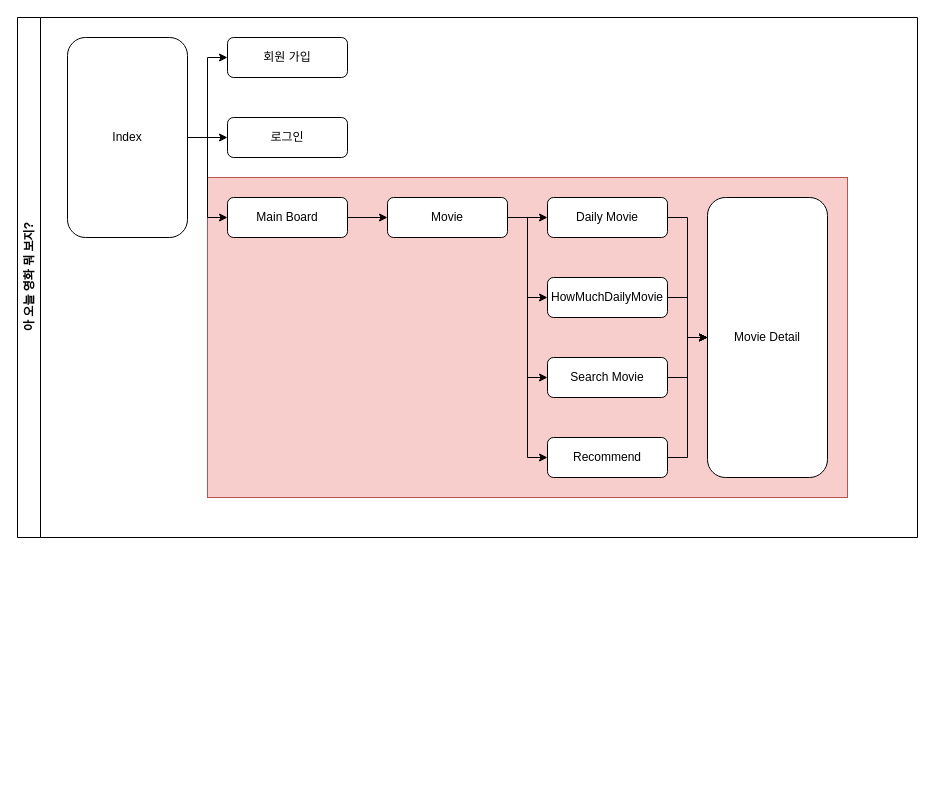
Earlier version of the draw.io diagram 기타/웹 사이트 구조 다이어그램/웹 사이트 구조 다이어그램.drawio (909ma/VIE-Oh-What-is-The-Film-Today). Source tidied: cells renumbered, new cells numbered last; positions are measured from the earlier drawing's top-left corner, leaving out a move shared by most shapes. Both pictures are drawn from the tidied source at 100%, with x=0, y=0 at pixel (17, 17).
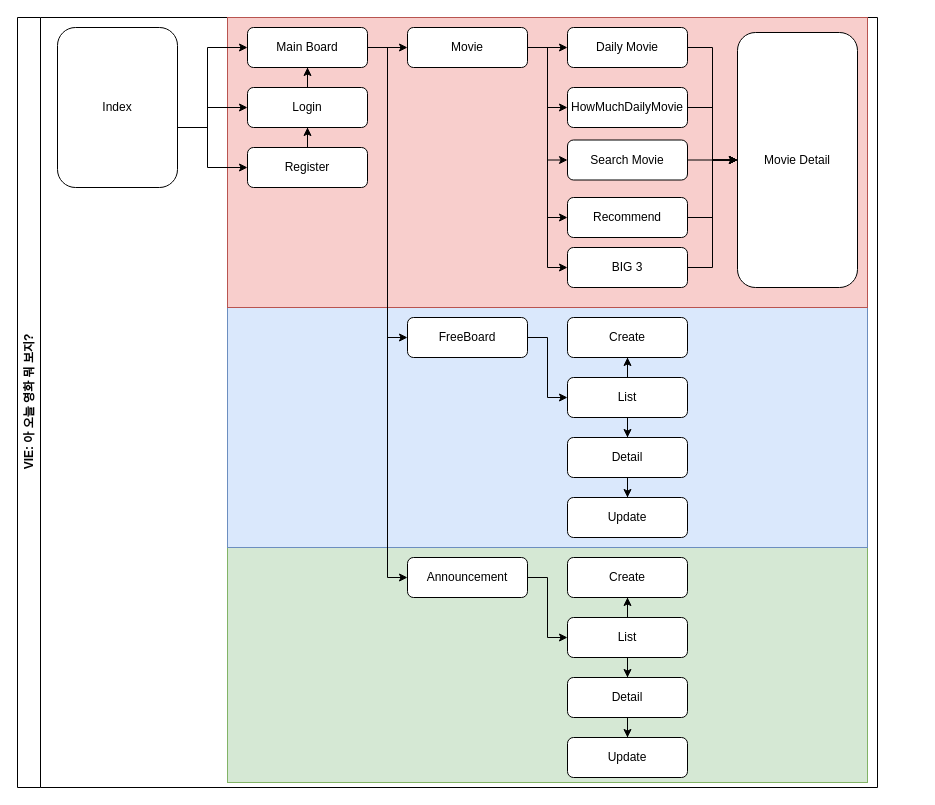
The same diagram, later.

Commit message (it also covers changes not shown here):
윕 구조 다이어그램

What changed in the source:
```diff
@@
-    <mxCell id="2" value="아 오늘 영화 뭐 보지?" style="swimlane;horizontal=0;whiteSpace=wrap;html=1;glass=0;swimlaneLine=1;rounded=0;shadow=0;" parent="1" vertex="1">
-      <mxGeometry width="900" height="520" as="geometry" />
+    <mxCell id="2" value="VIE: 아 오늘 영화 뭐 보지?" style="swimlane;horizontal=0;whiteSpace=wrap;html=1;glass=0;swimlaneLine=1;rounded=0;shadow=0;" parent="1" vertex="1">
+      <mxGeometry width="860" height="770" as="geometry" />
     </mxCell>
+    <mxCell id="26" style="rounded=0;whiteSpace=wrap;html=1;fillColor=#d5e8d4;strokeColor=#82b366;" parent="2" vertex="1">
+      <mxGeometry x="210" y="530" width="640" height="235" as="geometry" />
+    </mxCell>
+    <mxCell id="27" style="rounded=0;whiteSpace=wrap;html=1;fillColor=#dae8fc;strokeColor=#6c8ebf;" parent="2" vertex="1">
+      <mxGeometry x="210" y="285" width="640" height="245" as="geometry" />
+    </mxCell>
     <mxCell id="3" style="rounded=0;whiteSpace=wrap;html=1;fillColor=#f8cecc;strokeColor=#b85450;" parent="2" vertex="1">
-      <mxGeometry x="190" y="160" width="640" height="320" as="geometry" />
+      <mxGeometry x="210" width="640" height="290" as="geometry" />
     </mxCell>
-    <mxCell id="4" style="edgeStyle=orthogonalEdgeStyle;rounded=0;jettySize=auto;html=1;exitX=1;exitY=0.5;exitDx=0;exitDy=0;entryX=0;entryY=0.5;entryDx=0;entryDy=0;" parent="2" edge="1" source="7" target="8">
-      <mxGeometry relative="1" as="geometry" />
+    <mxCell id="4" style="edgeStyle=orthogonalEdgeStyle;rounded=0;jettySize=auto;html=1;exitX=1;exitY=0.5;exitDx=0;exitDy=0;entryX=0;entryY=0.5;entryDx=0;entryDy=0;" parent="2" edge="1" target="8">
+      <mxGeometry relative="1" as="geometry">
+        <mxPoint x="160" y="70" as="sourcePoint" />
+        <Array as="points">
+          <mxPoint x="160" y="110" />
+          <mxPoint x="190" y="110" />
+          <mxPoint x="190" y="150" />
+        </Array>
+      </mxGeometry>
     </mxCell>
-    <mxCell id="5" style="edgeStyle=orthogonalEdgeStyle;rounded=0;jettySize=auto;html=1;exitX=1;exitY=0.5;exitDx=0;exitDy=0;entryX=0;entryY=0.5;entryDx=0;entryDy=0;" parent="2" edge="1" source="7" target="9">
-      <mxGeometry relative="1" as="geometry" />
+    <mxCell id="5" style="edgeStyle=orthogonalEdgeStyle;rounded=0;jettySize=auto;html=1;exitX=1;exitY=0.5;exitDx=0;exitDy=0;entryX=0;entryY=0.5;entryDx=0;entryDy=0;" parent="2" edge="1" target="9">
+      <mxGeometry relative="1" as="geometry">
+        <mxPoint x="160" y="70" as="sourcePoint" />
+        <Array as="points">
+          <mxPoint x="160" y="110" />
+          <mxPoint x="190" y="110" />
+          <mxPoint x="190" y="90" />
+        </Array>
+      </mxGeometry>
     </mxCell>
     <mxCell id="6" style="edgeStyle=orthogonalEdgeStyle;rounded=0;jettySize=auto;html=1;exitX=1;exitY=0.5;exitDx=0;exitDy=0;entryX=0;entryY=0.5;entryDx=0;entryDy=0;" parent="2" edge="1" source="7" target="11">
-      <mxGeometry relative="1" as="geometry" />
+      <mxGeometry relative="1" as="geometry">
+        <Array as="points">
+          <mxPoint x="190" y="110" />
+          <mxPoint x="190" y="30" />
+        </Array>
+      </mxGeometry>
     </mxCell>
     <mxCell id="7" value="Index" style="rounded=1;whiteSpace=wrap;html=1;" parent="2" vertex="1">
-      <mxGeometry x="50" y="20" width="120" height="200" as="geometry" />
+      <mxGeometry x="40" y="10" width="120" height="160" as="geometry" />
     </mxCell>
+    <mxCell id="28" style="edgeStyle=orthogonalEdgeStyle;rounded=0;jettySize=auto;html=1;entryX=0.5;entryY=1;entryDx=0;entryDy=0;" parent="2" edge="1" source="8" target="9">
+      <mxGeometry relative="1" as="geometry" />
+    </mxCell>
-    <mxCell id="8" value="회원 가입" style="rounded=1;whiteSpace=wrap;html=1;" parent="2" vertex="1">
-      <mxGeometry x="210" y="20" width="120" height="40" as="geometry" />
+    <mxCell id="8" value="Register" style="rounded=1;whiteSpace=wrap;html=1;" parent="2" vertex="1">
+      <mxGeometry x="230" y="130" width="120" height="40" as="geometry" />
     </mxCell>
+    <mxCell id="29" style="edgeStyle=orthogonalEdgeStyle;rounded=0;jettySize=auto;html=1;entryX=0.5;entryY=1;entryDx=0;entryDy=0;" parent="2" edge="1" source="9" target="11">
+      <mxGeometry relative="1" as="geometry" />
+    </mxCell>
-    <mxCell id="9" value="로그인" style="rounded=1;whiteSpace=wrap;html=1;" parent="2" vertex="1">
-      <mxGeometry x="210" y="100" width="120" height="40" as="geometry" />
+    <mxCell id="9" value="Login" style="rounded=1;whiteSpace=wrap;html=1;" parent="2" vertex="1">
+      <mxGeometry x="230" y="70" width="120" height="40" as="geometry" />
     </mxCell>
@@
+    <mxCell id="30" style="edgeStyle=orthogonalEdgeStyle;rounded=0;jettySize=auto;html=1;entryX=0;entryY=0.5;entryDx=0;entryDy=0;" parent="2" edge="1" source="11" target="36">
+      <mxGeometry relative="1" as="geometry" />
+    </mxCell>
+    <mxCell id="31" style="edgeStyle=orthogonalEdgeStyle;rounded=0;jettySize=auto;html=1;entryX=0;entryY=0.5;entryDx=0;entryDy=0;" parent="2" edge="1" source="11" target="38">
+      <mxGeometry relative="1" as="geometry" />
+    </mxCell>
     <mxCell id="11" value="Main Board" style="rounded=1;whiteSpace=wrap;html=1;" parent="2" vertex="1">
-      <mxGeometry x="210" y="180" width="120" height="40" as="geometry" />
+      <mxGeometry x="230" y="10" width="120" height="40" as="geometry" />
     </mxCell>
@@
+    <mxCell id="32" style="edgeStyle=orthogonalEdgeStyle;rounded=0;jettySize=auto;html=1;entryX=0;entryY=0.5;entryDx=0;entryDy=0;" parent="2" edge="1" source="16" target="34">
+      <mxGeometry relative="1" as="geometry" />
+    </mxCell>
     <mxCell id="16" value="Movie" style="rounded=1;whiteSpace=wrap;html=1;" parent="2" vertex="1">
-      <mxGeometry x="370" y="180" width="120" height="40" as="geometry" />
+      <mxGeometry x="390" y="10" width="120" height="40" as="geometry" />
     </mxCell>
@@
     <mxCell id="18" value="Daily Movie" style="rounded=1;whiteSpace=wrap;html=1;" parent="2" vertex="1">
-      <mxGeometry x="530" y="180" width="120" height="40" as="geometry" />
+      <mxGeometry x="550" y="10" width="120" height="40" as="geometry" />
     </mxCell>
-    <mxCell id="19" style="edgeStyle=orthogonalEdgeStyle;rounded=0;jettySize=auto;html=1;exitX=1;exitY=0.5;exitDx=0;exitDy=0;" parent="2" edge="1" source="20" target="23">
+    <mxCell id="19" style="edgeStyle=orthogonalEdgeStyle;rounded=0;jettySize=auto;html=1;entryX=0;entryY=0.5;entryDx=0;entryDy=0;" parent="2" edge="1" source="20" target="23">
       <mxGeometry relative="1" as="geometry" />
     </mxCell>
     <mxCell id="20" value="HowMuchDailyMovie" style="rounded=1;whiteSpace=wrap;html=1;" parent="2" vertex="1">
-      <mxGeometry x="530" y="260" width="120" height="40" as="geometry" />
+      <mxGeometry x="550" y="70" width="120" height="40" as="geometry" />
     </mxCell>
-    <mxCell id="21" style="edgeStyle=orthogonalEdgeStyle;rounded=0;jettySize=auto;html=1;exitX=1;exitY=0.5;exitDx=0;exitDy=0;" parent="2" edge="1" source="22" target="23">
+    <mxCell id="21" style="edgeStyle=orthogonalEdgeStyle;rounded=0;jettySize=auto;html=1;entryX=0;entryY=0.5;entryDx=0;entryDy=0;" parent="2" edge="1" source="22" target="23">
       <mxGeometry relative="1" as="geometry" />
     </mxCell>
     <mxCell id="22" value="Search Movie" style="rounded=1;whiteSpace=wrap;html=1;" parent="2" vertex="1">
-      <mxGeometry x="530" y="340" width="120" height="40" as="geometry" />
+      <mxGeometry x="550" y="122.5" width="120" height="40" as="geometry" />
     </mxCell>
     <mxCell id="23" value="Movie Detail" style="rounded=1;whiteSpace=wrap;html=1;" parent="2" vertex="1">
-      <mxGeometry x="690" y="180" width="120" height="280" as="geometry" />
+      <mxGeometry x="720" y="15" width="120" height="255" as="geometry" />
     </mxCell>
-    <mxCell id="24" style="edgeStyle=orthogonalEdgeStyle;rounded=0;jettySize=auto;html=1;exitX=1;exitY=0.5;exitDx=0;exitDy=0;entryX=0;entryY=0.5;entryDx=0;entryDy=0;" parent="2" edge="1" source="25" target="23">
+    <mxCell id="24" style="edgeStyle=orthogonalEdgeStyle;rounded=0;jettySize=auto;html=1;entryX=0;entryY=0.5;entryDx=0;entryDy=0;" parent="2" edge="1" source="25" target="23">
       <mxGeometry relative="1" as="geometry" />
     </mxCell>
     <mxCell id="25" value="Recommend" style="rounded=1;whiteSpace=wrap;html=1;" parent="2" vertex="1">
-      <mxGeometry x="530" y="420" width="120" height="40" as="geometry" />
+      <mxGeometry x="550" y="180" width="120" height="40" as="geometry" />
     </mxCell>
+    <mxCell id="33" style="edgeStyle=orthogonalEdgeStyle;rounded=0;jettySize=auto;html=1;entryX=0;entryY=0.5;entryDx=0;entryDy=0;" parent="2" edge="1" source="34" target="23">
+      <mxGeometry relative="1" as="geometry" />
+    </mxCell>
+    <mxCell id="34" value="BIG 3" style="rounded=1;whiteSpace=wrap;html=1;" parent="2" vertex="1">
+      <mxGeometry x="550" y="230" width="120" height="40" as="geometry" />
+    </mxCell>
+    <mxCell id="35" style="edgeStyle=orthogonalEdgeStyle;rounded=0;jettySize=auto;html=1;entryX=0;entryY=0.5;entryDx=0;entryDy=0;" parent="2" edge="1" source="36" target="44">
+      <mxGeometry relative="1" as="geometry" />
+    </mxCell>
+    <mxCell id="36" value="FreeBoard" style="rounded=1;whiteSpace=wrap;html=1;" parent="2" vertex="1">
+      <mxGeometry x="390" y="300" width="120" height="40" as="geometry" />
+    </mxCell>
+    <mxCell id="37" style="edgeStyle=orthogonalEdgeStyle;rounded=0;jettySize=auto;html=1;entryX=0;entryY=0.5;entryDx=0;entryDy=0;" parent="2" edge="1" source="38" target="50">
+      <mxGeometry relative="1" as="geometry" />
+    </mxCell>
+    <mxCell id="38" value="Announcement" style="rounded=1;whiteSpace=wrap;html=1;" parent="2" vertex="1">
+      <mxGeometry x="390" y="540" width="120" height="40" as="geometry" />
+    </mxCell>
+    <mxCell id="39" value="Create" style="rounded=1;whiteSpace=wrap;html=1;" parent="2" vertex="1">
+      <mxGeometry x="550" y="300" width="120" height="40" as="geometry" />
+    </mxCell>
+    <mxCell id="40" style="edgeStyle=orthogonalEdgeStyle;rounded=0;jettySize=auto;html=1;" parent="2" edge="1" source="41" target="45">
+      <mxGeometry relative="1" as="geometry" />
+    </mxCell>
+    <mxCell id="41" value="Detail" style="rounded=1;whiteSpace=wrap;html=1;" parent="2" vertex="1">
+      <mxGeometry x="550" y="420" width="120" height="40" as="geometry" />
+    </mxCell>
+    <mxCell id="42" style="edgeStyle=orthogonalEdgeStyle;rounded=0;jettySize=auto;html=1;" parent="2" edge="1" source="44" target="41">
+      <mxGeometry relative="1" as="geometry" />
+    </mxCell>
+    <mxCell id="43" style="edgeStyle=orthogonalEdgeStyle;rounded=0;jettySize=auto;html=1;" parent="2" edge="1" source="44" target="39">
+      <mxGeometry relative="1" as="geometry" />
+    </mxCell>
+    <mxCell id="44" value="List" style="rounded=1;whiteSpace=wrap;html=1;" parent="2" vertex="1">
+      <mxGeometry x="550" y="360" width="120" height="40" as="geometry" />
+    </mxCell>
+    <mxCell id="45" value="Update" style="rounded=1;whiteSpace=wrap;html=1;" parent="2" vertex="1">
+      <mxGeometry x="550" y="480" width="120" height="40" as="geometry" />
+    </mxCell>
+    <mxCell id="46" style="edgeStyle=orthogonalEdgeStyle;rounded=0;jettySize=auto;html=1;" parent="2" edge="1" source="47" target="51">
+      <mxGeometry relative="1" as="geometry" />
+    </mxCell>
+    <mxCell id="47" value="Detail" style="rounded=1;whiteSpace=wrap;html=1;" parent="2" vertex="1">
+      <mxGeometry x="550" y="660" width="120" height="40" as="geometry" />
+    </mxCell>
+    <mxCell id="48" style="edgeStyle=orthogonalEdgeStyle;rounded=0;jettySize=auto;html=1;" parent="2" edge="1" source="50" target="52">
+      <mxGeometry relative="1" as="geometry" />
+    </mxCell>
+    <mxCell id="49" style="edgeStyle=orthogonalEdgeStyle;rounded=0;jettySize=auto;html=1;" parent="2" edge="1" source="50" target="47">
+      <mxGeometry relative="1" as="geometry" />
+    </mxCell>
+    <mxCell id="50" value="List" style="rounded=1;whiteSpace=wrap;html=1;" parent="2" vertex="1">
+      <mxGeometry x="550" y="600" width="120" height="40" as="geometry" />
+    </mxCell>
+    <mxCell id="51" value="Update" style="rounded=1;whiteSpace=wrap;html=1;" parent="2" vertex="1">
+      <mxGeometry x="550" y="720" width="120" height="40" as="geometry" />
+    </mxCell>
+    <mxCell id="52" value="Create" style="rounded=1;whiteSpace=wrap;html=1;" parent="2" vertex="1">
+      <mxGeometry x="550" y="540" width="120" height="40" as="geometry" />
+    </mxCell>
```
